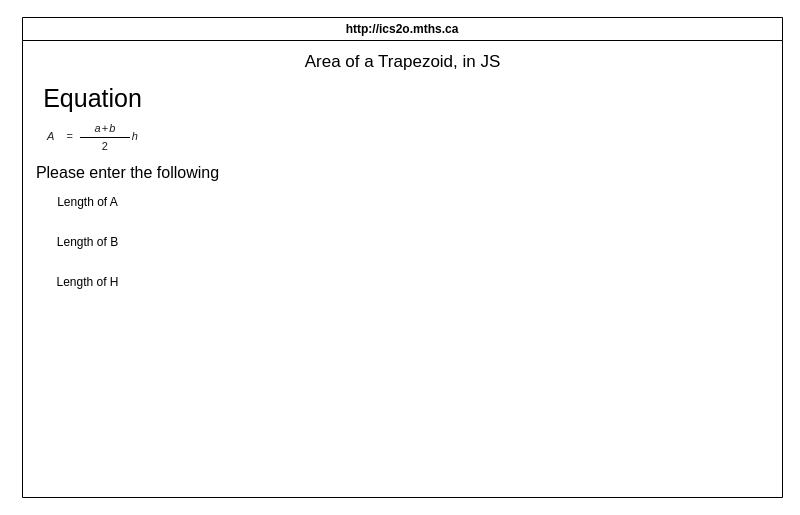
The draw.io diagram design/storyboard.drawio in MTHS-ICD2O-1-2024/ICD2O-Unit-3-01-Devin-boucher, before the edit. Source tidied: cells renumbered, new cells numbered last; positions are measured from the earlier drawing's top-left corner, leaving out a move shared by most shapes. Both pictures are drawn from the tidied source at 100%, with x=0, y=0 at pixel (22, 17).
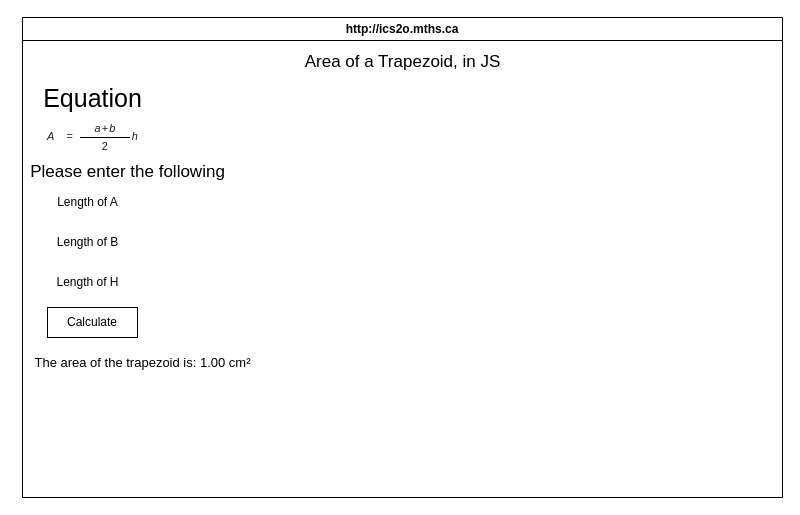
The same diagram, later.

Commit message (it also covers changes not shown here):
finsished drawing

Diff of the diagram source:
```diff
@@
 <mxGraphModel>
   <root>
     <mxCell id="0" />
     <mxCell id="1" parent="0" />
-    <mxCell id="2" value="http://ics2o.mths.ca" style="swimlane;whiteSpace=wrap;html=1;" parent="1" vertex="1">
+    <mxCell id="2" value="http://ics2o.mths.ca" style="swimlane;whiteSpace=wrap;html=1;labelBackgroundColor=default;" parent="1" vertex="1">
       <mxGeometry width="760" height="480" as="geometry" />
     </mxCell>
     <mxCell id="3" value="Area of a Trapezoid, in JS" style="text;html=1;align=center;verticalAlign=middle;strokeColor=none;fillColor=none;fontSize=17;" parent="2" vertex="1">
       <mxGeometry x="270" y="30" width="220" height="30" as="geometry" />
     </mxCell>
     <mxCell id="4" value="&lt;font style=&quot;font-size: 25px;&quot;&gt;Equation&lt;/font&gt;" style="text;html=1;align=center;verticalAlign=middle;strokeColor=none;fillColor=none;" parent="2" vertex="1">
       <mxGeometry x="10" y="60" width="120" height="40" as="geometry" />
     </mxCell>
     <mxCell id="5" value="&lt;font&gt;&lt;div class=&quot;lr-fy-ecl lr-fy-eq-elem&quot; style=&quot;display: inline-block; position: relative; transition: color 0.05s ease-in-out; font-style: italic; color: rgb(31, 31, 31); font-family: XITSMath-Regular, Arial, sans-serif; text-align: start; background-color: rgb(255, 255, 255); margin-right: 10px; margin-top: 0px; margin-bottom: 0px;&quot;&gt;A&lt;/div&gt;&lt;div class=&quot;lr-fy-eq-elem lr-fy-eq-add&quot; style=&quot;display: inline-block; position: relative; transition: color 0.05s ease-in-out; color: rgb(31, 31, 31); font-family: XITSMath-Regular, Arial, sans-serif; text-align: start; background-color: rgb(255, 255, 255); margin-left: 0.2em; margin-right: 0.2em;&quot;&gt;=&lt;/div&gt;&lt;div class=&quot;lr-fy-eq-elem eiuJYe&quot; style=&quot;display: inline-block; position: relative; transition: color 0.05s ease-in-out; color: rgb(31, 31, 31); font-family: XITSMath-Regular, Arial, sans-serif; text-align: start; background-color: rgb(255, 255, 255); margin-left: 5px; vertical-align: middle; margin-top: 0px; margin-bottom: 0px;&quot;&gt;&lt;div class=&quot;lr-fy-eq-elem&quot; style=&quot;display: inline-block; position: relative; transition: color 0.05s ease-in-out; text-align: center; vertical-align: middle;&quot;&gt;&lt;div class=&quot;lr-fy-eq-elem&quot; style=&quot;display: inline-block; position: relative; transition: color 0.05s ease-in-out;&quot;&gt;&lt;div class=&quot;lr-fy-eq-elem&quot; style=&quot;display: inline-block; position: relative; transition: color 0.05s ease-in-out;&quot;&gt;&lt;div class=&quot;lr-fy-el lr-fy-eq-elem&quot; role=&quot;link&quot; style=&quot;display: inline-block; position: relative; transition: color 0.05s ease-in-out; margin: -4px; padding: 4px; font-style: italic; cursor: pointer;&quot;&gt;a&lt;/div&gt;&lt;div class=&quot;lr-fy-eq-elem lr-fy-eq-add&quot; style=&quot;display: inline-block; position: relative; transition: color 0.05s ease-in-out; margin-left: 0.1em; margin-right: 0.1em;&quot;&gt;+&lt;/div&gt;&lt;div class=&quot;lr-fy-el lr-fy-eq-elem&quot; role=&quot;link&quot; style=&quot;display: inline-block; position: relative; transition: color 0.05s ease-in-out; margin: -4px; padding: 4px; font-style: italic; cursor: pointer;&quot;&gt;b&lt;/div&gt;&lt;/div&gt;&lt;/div&gt;&lt;div class=&quot;lr-fy-eq-add&quot; style=&quot;width: 49.3924px; height: 1px; background-color: black; margin-top: 2px; margin-bottom: 2px;&quot;&gt;&lt;/div&gt;&lt;div class=&quot;lr-fy-ecv lr-fy-eq-elem&quot; style=&quot;display: inline-block; position: relative; transition: color 0.05s ease-in-out;&quot;&gt;2&lt;/div&gt;&lt;/div&gt;&lt;div class=&quot;lr-fy-eq-elem lr-fy-eq-add&quot; style=&quot;display: inline-block; position: relative; transition: color 0.05s ease-in-out; margin-left: 0.2em;&quot;&gt;&lt;/div&gt;&lt;div class=&quot;lr-fy-el lr-fy-eq-elem&quot; role=&quot;link&quot; style=&quot;display: inline-block; position: relative; transition: color 0.05s ease-in-out; margin: -4px; padding: 4px; font-style: italic; cursor: pointer;&quot;&gt;h&lt;/div&gt;&lt;/div&gt;&lt;/font&gt;" style="text;html=1;align=center;verticalAlign=middle;strokeColor=none;fillColor=none;fontSize=11;" parent="2" vertex="1">
       <mxGeometry x="15" y="100" width="110" height="40" as="geometry" />
     </mxCell>
-    <mxCell id="6" value="&lt;font style=&quot;font-size: 16px;&quot;&gt;Please enter the following&lt;/font&gt;" style="text;html=1;align=center;verticalAlign=middle;strokeColor=none;fillColor=none;" parent="2" vertex="1">
-      <mxGeometry y="140" width="210" height="30" as="geometry" />
+    <mxCell id="6" value="&lt;font&gt;Please enter the following&lt;/font&gt;" style="text;html=1;align=center;verticalAlign=middle;strokeColor=none;fillColor=none;fontSize=17;fontColor=#000000;" parent="2" vertex="1">
+      <mxGeometry x="-5" y="140" width="220" height="30" as="geometry" />
     </mxCell>
     <mxCell id="7" value="Length of A" style="text;html=1;align=center;verticalAlign=middle;strokeColor=none;fillColor=none;" parent="2" vertex="1">
       <mxGeometry x="25" y="170" width="80" height="30" as="geometry" />
     </mxCell>
     <mxCell id="8" value="&lt;span style=&quot;color: rgb(0, 0, 0);&quot;&gt;Length of H&lt;/span&gt;" style="text;html=1;align=center;verticalAlign=middle;strokeColor=none;fillColor=none;" parent="2" vertex="1">
       <mxGeometry x="20" y="250" width="90" height="30" as="geometry" />
     </mxCell>
     <mxCell id="9" value="&lt;span style=&quot;color: rgb(0, 0, 0);&quot;&gt;Length of B&lt;/span&gt;" style="text;html=1;align=center;verticalAlign=middle;strokeColor=none;fillColor=none;" parent="2" vertex="1">
       <mxGeometry x="25" y="210" width="80" height="30" as="geometry" />
     </mxCell>
+    <mxCell id="10" value="Calculate" style="whiteSpace=wrap;html=1;" parent="2" vertex="1">
+      <mxGeometry x="25" y="290" width="90" height="30" as="geometry" />
+    </mxCell>
+    <mxCell id="11" value="The area of the trapezoid is: 1.00 cm²" style="text;html=1;align=center;verticalAlign=middle;strokeColor=none;fillColor=none;fontSize=13;" parent="2" vertex="1">
+      <mxGeometry y="330" width="240" height="30" as="geometry" />
+    </mxCell>
   </root>
 </mxGraphModel>
```
